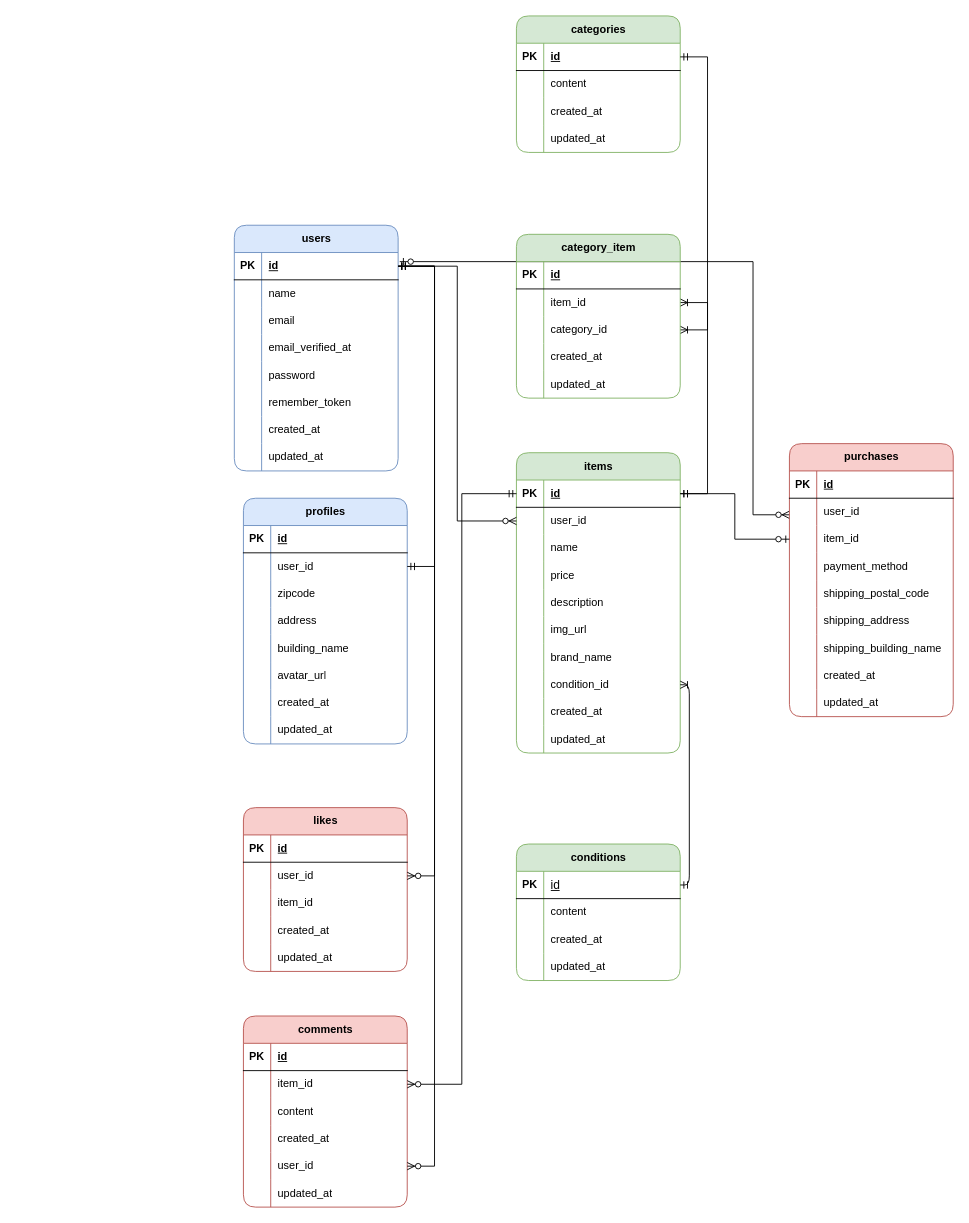
Earlier version of the draw.io diagram coachtech-furima-er.drawio (megumi2233/coachtech-furima). Source tidied: cells renumbered, new cells numbered last; positions are measured from the earlier drawing's top-left corner, leaving out a move shared by most shapes. Both pictures are drawn from the tidied source at 91%, with x=0, y=0 at pixel (234, 15).
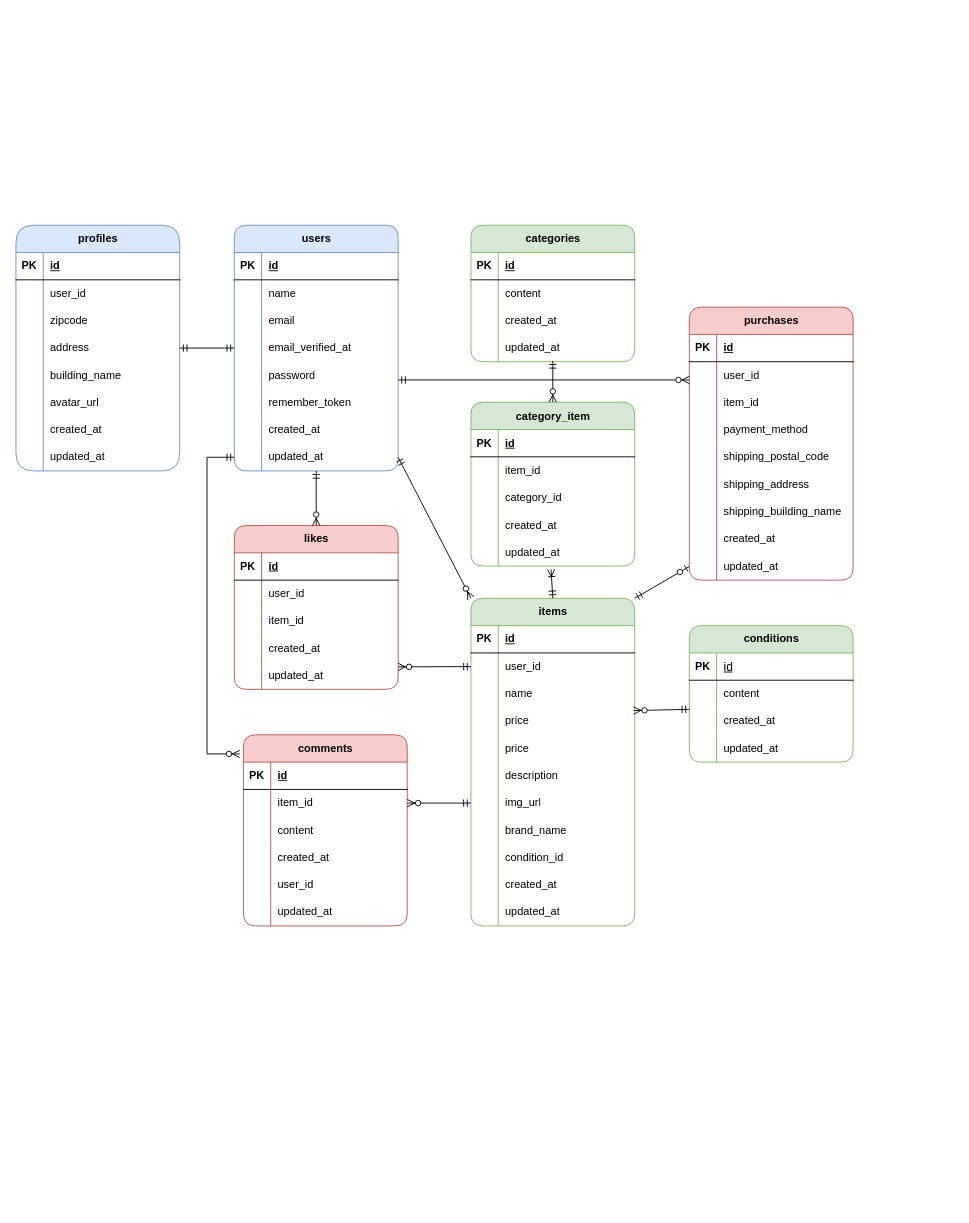
After the change.

The change refers to these unchanged cells:
```xml
<mxCell id="7" style="shape=tableRow;horizontal=0;startSize=0;swimlaneHead=0;swimlaneBody=0;fillColor=none;points=[[0,0.5],[1,0.5]];portConstraint=eastwest;top=0;left=0;right=0;bottom=0;rounded=1;" parent="3" vertex="1">
  <mxGeometry y="60" width="180" height="30" as="geometry" />
</mxCell>
<mxCell id="16" style="shape=tableRow;horizontal=0;startSize=0;swimlaneHead=0;swimlaneBody=0;fillColor=none;points=[[0,0.5],[1,0.5]];portConstraint=eastwest;top=0;left=0;right=0;bottom=0;rounded=1;" parent="3" vertex="1">
  <mxGeometry y="150" width="180" height="30" as="geometry" />
</mxCell>
<mxCell id="26" style="shape=tableRow;horizontal=0;startSize=0;swimlaneHead=0;swimlaneBody=0;fillColor=none;points=[[0,0.5],[1,0.5]];portConstraint=eastwest;top=0;left=0;right=0;bottom=0;rounded=1;" parent="22" vertex="1">
  <mxGeometry y="60" width="180" height="30" as="geometry" />
</mxCell>
<mxCell id="35" style="shape=tableRow;horizontal=0;startSize=0;swimlaneHead=0;swimlaneBody=0;fillColor=none;points=[[0,0.5],[1,0.5]];portConstraint=eastwest;top=0;left=0;right=0;bottom=0;rounded=1;" parent="22" vertex="1">
  <mxGeometry y="150" width="180" height="30" as="geometry" />
</mxCell>
<mxCell id="42" style="shape=tableRow;horizontal=0;startSize=0;swimlaneHead=0;swimlaneBody=0;fillColor=none;points=[[0,0.5],[1,0.5]];portConstraint=eastwest;top=0;left=0;right=0;bottom=0;rounded=1;" parent="38" vertex="1">
  <mxGeometry y="60" width="180" height="30" as="geometry" />
</mxCell>
<mxCell id="48" style="shape=tableRow;horizontal=0;startSize=0;swimlaneHead=0;swimlaneBody=0;fillColor=none;points=[[0,0.5],[1,0.5]];portConstraint=eastwest;top=0;left=0;right=0;bottom=0;rounded=1;" parent="38" vertex="1">
  <mxGeometry y="120" width="180" height="30" as="geometry" />
</mxCell>
<mxCell id="70" style="shape=tableRow;horizontal=0;startSize=0;swimlaneHead=0;swimlaneBody=0;fillColor=none;points=[[0,0.5],[1,0.5]];portConstraint=eastwest;top=0;left=0;right=0;bottom=0;rounded=1;" parent="63" vertex="1">
  <mxGeometry y="90" width="180" height="30" as="geometry" />
</mxCell>
<mxCell id="88" style="shape=tableRow;horizontal=0;startSize=0;swimlaneHead=0;swimlaneBody=0;fillColor=none;points=[[0,0.5],[1,0.5]];portConstraint=eastwest;top=0;left=0;right=0;bottom=0;rounded=1;" parent="63" vertex="1">
  <mxGeometry y="270" width="180" height="30" as="geometry" />
</mxCell>
<mxCell id="92" style="shape=tableRow;horizontal=0;startSize=0;swimlaneHead=0;swimlaneBody=0;fillColor=none;points=[[0,0.5],[1,0.5]];portConstraint=eastwest;top=0;left=0;right=0;bottom=1;rounded=1;" parent="91" vertex="1">
  <mxGeometry y="30" width="180" height="30" as="geometry" />
</mxCell>
<mxCell id="95" style="shape=tableRow;horizontal=0;startSize=0;swimlaneHead=0;swimlaneBody=0;fillColor=none;points=[[0,0.5],[1,0.5]];portConstraint=eastwest;top=0;left=0;right=0;bottom=0;rounded=1;" parent="91" vertex="1">
  <mxGeometry y="60" width="180" height="30" as="geometry" />
</mxCell>
<mxCell id="98" style="shape=tableRow;horizontal=0;startSize=0;swimlaneHead=0;swimlaneBody=0;fillColor=none;points=[[0,0.5],[1,0.5]];portConstraint=eastwest;top=0;left=0;right=0;bottom=0;rounded=1;" parent="91" vertex="1">
  <mxGeometry y="90" width="180" height="30" as="geometry" />
</mxCell>
<mxCell id="123" style="shape=tableRow;horizontal=0;startSize=0;swimlaneHead=0;swimlaneBody=0;fillColor=none;points=[[0,0.5],[1,0.5]];portConstraint=eastwest;top=0;left=0;right=0;bottom=1;rounded=1;" parent="122" vertex="1">
  <mxGeometry y="30" width="180" height="30" as="geometry" />
</mxCell>
<mxCell id="136" style="shape=tableRow;horizontal=0;startSize=0;swimlaneHead=0;swimlaneBody=0;fillColor=none;points=[[0,0.5],[1,0.5]];portConstraint=eastwest;top=0;left=0;right=0;bottom=1;rounded=1;" parent="135" vertex="1">
  <mxGeometry y="30" width="180" height="30" as="geometry" />
</mxCell>
<mxCell id="139" style="shape=tableRow;horizontal=0;startSize=0;swimlaneHead=0;swimlaneBody=0;fillColor=none;points=[[0,0.5],[1,0.5]];portConstraint=eastwest;top=0;left=0;right=0;bottom=0;rounded=1;" parent="135" vertex="1">
  <mxGeometry y="60" width="180" height="30" as="geometry" />
</mxCell>
<mxCell id="149" style="shape=tableRow;horizontal=0;startSize=0;swimlaneHead=0;swimlaneBody=0;fillColor=none;points=[[0,0.5],[1,0.5]];portConstraint=eastwest;top=0;left=0;right=0;bottom=1;rounded=1;" parent="148" vertex="1">
  <mxGeometry y="30" width="180" height="30" as="geometry" />
</mxCell>
<mxCell id="158" style="shape=tableRow;horizontal=0;startSize=0;swimlaneHead=0;swimlaneBody=0;fillColor=none;points=[[0,0.5],[1,0.5]];portConstraint=eastwest;top=0;left=0;right=0;bottom=0;rounded=1;" parent="148" vertex="1">
  <mxGeometry y="120" width="180" height="30" as="geometry" />
</mxCell>
<mxCell id="170" style="shape=tableRow;horizontal=0;startSize=0;swimlaneHead=0;swimlaneBody=0;fillColor=none;points=[[0,0.5],[1,0.5]];portConstraint=eastwest;top=0;left=0;right=0;bottom=0;rounded=1;" parent="148" vertex="1">
  <mxGeometry y="240" width="180" height="30" as="geometry" />
</mxCell>
<mxCell id="187" style="shape=tableRow;horizontal=0;startSize=0;swimlaneHead=0;swimlaneBody=0;fillColor=none;points=[[0,0.5],[1,0.5]];portConstraint=eastwest;top=0;left=0;right=0;bottom=0;rounded=1;" parent="183" vertex="1">
  <mxGeometry y="60" width="180" height="30" as="geometry" />
</mxCell>
<mxCell id="190" style="shape=tableRow;horizontal=0;startSize=0;swimlaneHead=0;swimlaneBody=0;fillColor=none;points=[[0,0.5],[1,0.5]];portConstraint=eastwest;top=0;left=0;right=0;bottom=0;rounded=1;" parent="183" vertex="1">
  <mxGeometry y="90" width="180" height="30" as="geometry" />
</mxCell>
<mxCell id="196" style="shape=tableRow;horizontal=0;startSize=0;swimlaneHead=0;swimlaneBody=0;fillColor=none;points=[[0,0.5],[1,0.5]];portConstraint=eastwest;top=0;left=0;right=0;bottom=0;rounded=1;" parent="183" vertex="1">
  <mxGeometry y="150" width="180" height="30" as="geometry" />
</mxCell>
```

Change to the diagram source:
```diff
@@
-    <mxCell id="2" style="edgeStyle=orthogonalEdgeStyle;fontSize=12;html=1;endArrow=ERzeroToMany;startArrow=ERzeroToOne;entryX=0;entryY=0.5;entryDx=0;entryDy=0;exitX=1.01;exitY=0.227;exitDx=0;exitDy=0;exitPerimeter=0;rounded=0;" parent="1" edge="1">
-      <mxGeometry relative="1" as="geometry">
-        <mxPoint x="181.8" y="270" as="sourcePoint" />
-        <mxPoint x="610" y="548.2" as="targetPoint" />
-        <Array as="points">
-          <mxPoint x="570" y="270" />
-          <mxPoint x="570" y="548" />
-        </Array>
-      </mxGeometry>
-    </mxCell>
     <mxCell id="3" value="comments" style="shape=table;startSize=30;childLayout=tableLayout;rowLines=0;fontStyle=1;align=center;html=1;rounded=1;fillColor=#f8cecc;strokeColor=#b85450;" parent="1" vertex="1">
-      <mxGeometry x="10" y="1099" width="180" height="210" as="geometry" />
+      <mxGeometry x="10" y="790" width="180" height="210" as="geometry" />
     </mxCell>
@@
     <mxCell id="22" value="likes" style="shape=table;startSize=30;childLayout=tableLayout;rowLines=0;fontStyle=1;align=center;html=1;rounded=1;fillColor=#f8cecc;strokeColor=#b85450;" parent="1" vertex="1">
-      <mxGeometry x="10" y="870" width="180" height="180" as="geometry" />
+      <mxGeometry y="560" width="180" height="180" as="geometry" />
     </mxCell>
@@
-    <mxCell id="38" value="profiles" style="shape=table;startSize=30;childLayout=tableLayout;rowLines=0;fontStyle=1;align=center;html=1;rounded=1;fillColor=#dae8fc;strokeColor=#6c8ebf;" parent="1" vertex="1">
-      <mxGeometry x="10" y="530" width="180" height="270" as="geometry" />
+    <mxCell id="38" value="profiles" style="shape=table;startSize=30;childLayout=tableLayout;rowLines=0;fontStyle=1;align=center;html=1;rounded=1;fillColor=#dae8fc;strokeColor=#6c8ebf;arcSize=22;" parent="1" vertex="1">
+      <mxGeometry x="-240" y="230" width="180" height="270" as="geometry" />
     </mxCell>
@@
     <mxCell id="63" value="purchases" style="shape=table;startSize=30;childLayout=tableLayout;rowLines=0;fontStyle=1;align=center;html=1;rounded=1;fillColor=#f8cecc;strokeColor=#b85450;" parent="1" vertex="1">
-      <mxGeometry x="610" y="470" width="180" height="300" as="geometry" />
+      <mxGeometry x="500" y="320" width="180" height="300" as="geometry" />
     </mxCell>
@@
     <mxCell id="91" value="items" style="shape=table;startSize=30;childLayout=tableLayout;rowLines=0;fontStyle=1;align=center;html=1;rounded=1;fillColor=#d5e8d4;strokeColor=#82b366;" parent="1" vertex="1">
-      <mxGeometry x="310" y="480" width="180" height="330" as="geometry" />
+      <mxGeometry x="260" y="640" width="180" height="360" as="geometry" />
     </mxCell>
@@
+    <mxCell id="199" style="shape=tableRow;horizontal=0;startSize=0;swimlaneHead=0;swimlaneBody=0;fillColor=none;top=0;left=0;right=0;bottom=0;rounded=1;" parent="91" vertex="1">
+      <mxGeometry y="120" width="180" height="30" as="geometry" />
+    </mxCell>
+    <mxCell id="200" style="shape=partialRectangle;fillColor=none;top=0;left=0;bottom=0;right=0;overflow=hidden;whiteSpace=wrap;html=1;rounded=1;" parent="199" vertex="1">
+      <mxGeometry width="30" height="30" as="geometry" />
+    </mxCell>
+    <mxCell id="201" value="price" style="shape=partialRectangle;fillColor=none;top=0;left=0;bottom=0;right=0;align=left;spacingLeft=6;overflow=hidden;whiteSpace=wrap;html=1;rounded=1;" parent="199" vertex="1">
+      <mxGeometry x="30" width="150" height="30" as="geometry" />
+    </mxCell>
     <mxCell id="101" style="shape=tableRow;horizontal=0;startSize=0;swimlaneHead=0;swimlaneBody=0;fillColor=none;top=0;left=0;right=0;bottom=0;rounded=1;" parent="91" vertex="1">
-      <mxGeometry y="120" width="180" height="30" as="geometry" />
+      <mxGeometry y="150" width="180" height="30" as="geometry" />
     </mxCell>
@@
     <mxCell id="104" style="shape=tableRow;horizontal=0;startSize=0;swimlaneHead=0;swimlaneBody=0;fillColor=none;top=0;left=0;right=0;bottom=0;rounded=1;" parent="91" vertex="1">
-      <mxGeometry y="150" width="180" height="30" as="geometry" />
+      <mxGeometry y="180" width="180" height="30" as="geometry" />
     </mxCell>
@@
     <mxCell id="107" style="shape=tableRow;horizontal=0;startSize=0;swimlaneHead=0;swimlaneBody=0;fillColor=none;points=[[0,0.5],[1,0.5]];portConstraint=eastwest;top=0;left=0;right=0;bottom=0;rounded=1;" parent="91" vertex="1">
-      <mxGeometry y="180" width="180" height="30" as="geometry" />
+      <mxGeometry y="210" width="180" height="30" as="geometry" />
     </mxCell>
@@
     <mxCell id="110" style="shape=tableRow;horizontal=0;startSize=0;swimlaneHead=0;swimlaneBody=0;fillColor=none;top=0;left=0;right=0;bottom=0;rounded=1;" parent="91" vertex="1">
-      <mxGeometry y="210" width="180" height="30" as="geometry" />
+      <mxGeometry y="240" width="180" height="30" as="geometry" />
     </mxCell>
@@
     <mxCell id="113" style="shape=tableRow;horizontal=0;startSize=0;swimlaneHead=0;swimlaneBody=0;fillColor=none;points=[[0,0.5],[1,0.5]];portConstraint=eastwest;top=0;left=0;right=0;bottom=0;rounded=1;" parent="91" vertex="1">
-      <mxGeometry y="240" width="180" height="30" as="geometry" />
+      <mxGeometry y="270" width="180" height="30" as="geometry" />
     </mxCell>
@@
     <mxCell id="116" style="shape=tableRow;horizontal=0;startSize=0;swimlaneHead=0;swimlaneBody=0;fillColor=none;top=0;left=0;right=0;bottom=0;rounded=1;" parent="91" vertex="1">
-      <mxGeometry y="270" width="180" height="30" as="geometry" />
+      <mxGeometry y="300" width="180" height="30" as="geometry" />
     </mxCell>
@@
     <mxCell id="119" style="shape=tableRow;horizontal=0;startSize=0;swimlaneHead=0;swimlaneBody=0;fillColor=none;top=0;left=0;right=0;bottom=0;rounded=1;" parent="91" vertex="1">
-      <mxGeometry y="300" width="180" height="30" as="geometry" />
+      <mxGeometry y="330" width="180" height="30" as="geometry" />
     </mxCell>
@@
     <mxCell id="122" value="categories" style="shape=table;startSize=30;childLayout=tableLayout;rowLines=0;fontStyle=1;align=center;html=1;rounded=1;fillColor=#d5e8d4;strokeColor=#82b366;" parent="1" vertex="1">
-      <mxGeometry x="310" width="180" height="150" as="geometry" />
+      <mxGeometry x="260" y="230" width="180" height="150" as="geometry" />
     </mxCell>
@@
     <mxCell id="135" value="conditions" style="shape=table;startSize=30;childLayout=tableLayout;rowLines=0;fontStyle=1;align=center;html=1;rounded=1;fillColor=#d5e8d4;strokeColor=#82b366;" parent="1" vertex="1">
-      <mxGeometry x="310" y="910" width="180" height="150" as="geometry" />
+      <mxGeometry x="500" y="670" width="180" height="150" as="geometry" />
     </mxCell>
@@
-    <mxCell id="173" style="edgeStyle=entityRelationEdgeStyle;fontSize=12;html=1;endArrow=ERmandOne;startArrow=ERmandOne;rounded=0;curved=0;" parent="1" edge="1" source="149" target="42">
-      <mxGeometry relative="1" as="geometry">
-        <Array as="points">
-          <mxPoint x="30" y="185" />
-          <mxPoint x="10" y="275" />
-          <mxPoint x="20" y="265" />
-          <mxPoint x="30" y="115" />
-        </Array>
-      </mxGeometry>
+    <mxCell id="173" style="edgeStyle=elbowEdgeStyle;fontSize=12;html=1;endArrow=ERmandOne;startArrow=ERmandOne;rounded=0;exitX=0;exitY=0.5;exitDx=0;exitDy=0;entryX=1;entryY=0.5;entryDx=0;entryDy=0;" parent="1" edge="1" source="158" target="48">
+      <mxGeometry relative="1" as="geometry" />
     </mxCell>
-    <mxCell id="174" style="edgeStyle=entityRelationEdgeStyle;fontSize=12;html=1;endArrow=ERzeroToMany;startArrow=ERmandOne;rounded=0;curved=0;" parent="1" edge="1" source="149" target="26">
+    <mxCell id="174" style="fontSize=12;html=1;endArrow=ERzeroToMany;startArrow=ERmandOne;rounded=0;entryX=0.5;entryY=0;entryDx=0;entryDy=0;" parent="1" edge="1" target="22">
       <mxGeometry relative="1" as="geometry">
-        <Array as="points">
-          <mxPoint x="1100" y="550" />
-        </Array>
+        <mxPoint x="90" y="500" as="sourcePoint" />
       </mxGeometry>
     </mxCell>
-    <mxCell id="175" style="edgeStyle=orthogonalEdgeStyle;fontSize=12;html=1;endArrow=ERoneToMany;startArrow=ERmandOne;exitX=1;exitY=0.5;exitDx=0;exitDy=0;" parent="1" edge="1" source="136" target="113">
-      <mxGeometry relative="1" as="geometry" />
-    </mxCell>
-    <mxCell id="176" style="edgeStyle=orthogonalEdgeStyle;fontSize=12;html=1;endArrow=ERzeroToOne;startArrow=ERmandOne;exitX=1;exitY=0.5;exitDx=0;exitDy=0;entryX=0;entryY=0.5;entryDx=0;entryDy=0;rounded=0;" parent="1" edge="1" source="92" target="70">
+    <mxCell id="176" style="fontSize=12;html=1;endArrow=ERzeroToOne;startArrow=ERmandOne;exitX=1;exitY=0;exitDx=0;exitDy=0;entryX=0;entryY=0.5;entryDx=0;entryDy=0;rounded=0;" parent="1" edge="1" source="91" target="88">
       <mxGeometry relative="1" as="geometry" />
     </mxCell>
-    <mxCell id="177" style="edgeStyle=entityRelationEdgeStyle;fontSize=12;html=1;endArrow=ERoneToMany;startArrow=ERmandOne;rounded=0;curved=0;" parent="1" edge="1" source="92" target="187">
+    <mxCell id="177" style="fontSize=12;html=1;endArrow=ERoneToMany;startArrow=ERmandOne;rounded=0;exitX=0.5;exitY=0;exitDx=0;exitDy=0;entryX=0.489;entryY=1.122;entryDx=0;entryDy=0;entryPerimeter=0;" parent="1" edge="1" source="91" target="196">
       <mxGeometry relative="1" as="geometry" />
     </mxCell>
-    <mxCell id="178" style="edgeStyle=entityRelationEdgeStyle;fontSize=12;html=1;endArrow=ERoneToMany;startArrow=ERmandOne;exitX=1;exitY=0.5;exitDx=0;exitDy=0;rounded=0;curved=0;" parent="1" edge="1" source="123" target="190">
-      <mxGeometry relative="1" as="geometry">
-        <Array as="points">
-          <mxPoint x="540" y="350" />
-        </Array>
-      </mxGeometry>
-    </mxCell>
-    <mxCell id="179" style="edgeStyle=orthogonalEdgeStyle;fontSize=12;html=1;endArrow=ERzeroToMany;startArrow=ERmandOne;exitX=1;exitY=0.5;exitDx=0;exitDy=0;rounded=0;" parent="1" edge="1" source="149" target="95">
+    <mxCell id="179" style="fontSize=12;html=1;endArrow=ERzeroToMany;startArrow=ERmandOne;rounded=0;exitX=1;exitY=0.5;exitDx=0;exitDy=0;entryX=0;entryY=0;entryDx=0;entryDy=0;" parent="1" edge="1" source="170" target="91">
       <mxGeometry relative="1" as="geometry" />
     </mxCell>
@@
-    <mxCell id="181" style="edgeStyle=entityRelationEdgeStyle;fontSize=12;html=1;endArrow=ERzeroToMany;startArrow=ERmandOne;exitX=1;exitY=0.5;exitDx=0;exitDy=0;rounded=0;curved=0;" parent="1" edge="1" source="149" target="16">
-      <mxGeometry relative="1" as="geometry" />
+    <mxCell id="181" style="fontSize=12;html=1;endArrow=ERzeroToMany;startArrow=ERmandOne;rounded=0;edgeStyle=elbowEdgeStyle;exitX=0;exitY=0.5;exitDx=0;exitDy=0;entryX=-0.022;entryY=0.1;entryDx=0;entryDy=0;entryPerimeter=0;" parent="1" edge="1" source="170" target="3">
+      <mxGeometry relative="1" as="geometry">
+        <Array as="points">
+          <mxPoint x="-30" y="810" />
+        </Array>
+      </mxGeometry>
     </mxCell>
-    <mxCell id="182" style="edgeStyle=orthogonalEdgeStyle;fontSize=12;html=1;endArrow=ERzeroToMany;startArrow=ERmandOne;entryX=1;entryY=0.5;entryDx=0;entryDy=0;rounded=0;" parent="1" edge="1" source="92" target="7">
+    <mxCell id="182" style="fontSize=12;html=1;endArrow=ERzeroToMany;startArrow=ERmandOne;entryX=1;entryY=0.5;entryDx=0;entryDy=0;rounded=0;exitX=0;exitY=0.5;exitDx=0;exitDy=0;" parent="1" edge="1" source="107" target="7">
       <mxGeometry relative="1" as="geometry" />
     </mxCell>
     <mxCell id="183" value="category_item" style="shape=table;startSize=30;childLayout=tableLayout;rowLines=0;fontStyle=1;align=center;html=1;rounded=1;fillColor=#d5e8d4;strokeColor=#82b366;" parent="1" vertex="1">
-      <mxGeometry x="310" y="240" width="180" height="180" as="geometry" />
+      <mxGeometry x="260" y="424.5" width="180" height="180" as="geometry" />
     </mxCell>
@@
+    <mxCell id="202" style="fontSize=12;html=1;endArrow=ERzeroToMany;startArrow=ERmandOne;entryX=1;entryY=0.178;entryDx=0;entryDy=0;exitX=0;exitY=0.5;exitDx=0;exitDy=0;entryPerimeter=0;" parent="1" edge="1" source="95" target="35">
+      <mxGeometry relative="1" as="geometry" />
+    </mxCell>
+    <mxCell id="203" style="fontSize=12;html=1;endArrow=ERzeroToMany;startArrow=ERmandOne;exitX=0;exitY=1.067;exitDx=0;exitDy=0;entryX=0.993;entryY=1.111;entryDx=0;entryDy=0;entryPerimeter=0;exitPerimeter=0;" parent="1" edge="1" source="139" target="98">
+      <mxGeometry relative="1" as="geometry" />
+    </mxCell>
+    <mxCell id="204" style="fontSize=12;html=1;endArrow=ERzeroToMany;startArrow=ERmandOne;entryX=0.5;entryY=0;entryDx=0;entryDy=0;" parent="1" edge="1" target="183">
+      <mxGeometry relative="1" as="geometry">
+        <mxPoint x="350" y="379" as="sourcePoint" />
+      </mxGeometry>
+    </mxCell>
+    <mxCell id="205" style="fontSize=12;html=1;endArrow=ERzeroToMany;startArrow=ERmandOne;" parent="1" edge="1">
+      <mxGeometry relative="1" as="geometry">
+        <mxPoint x="180" y="400" as="sourcePoint" />
+        <mxPoint x="500" y="400" as="targetPoint" />
+      </mxGeometry>
+    </mxCell>
```
